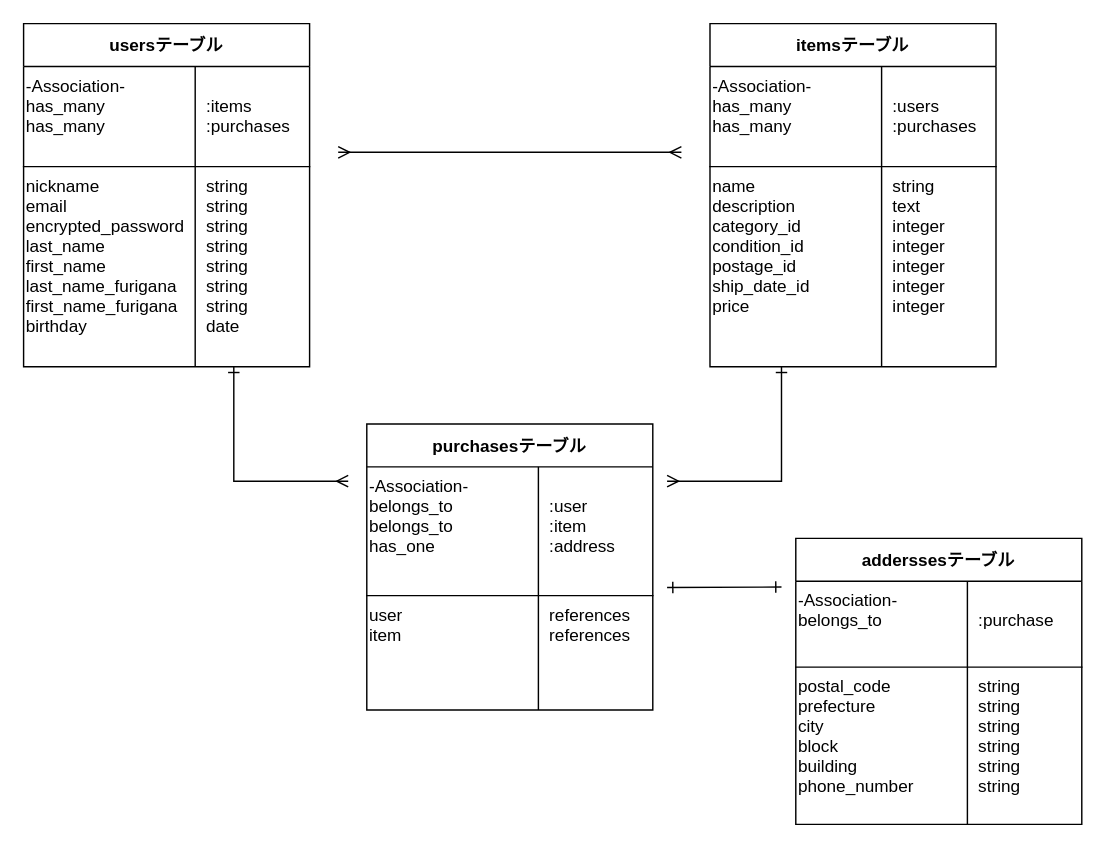
ksk-o/furima-28136 keeps this draw.io diagram as er.dio. Above is the earlier version. Source tidied: cells renumbered, new cells numbered last; positions are measured from the earlier drawing's top-left corner, leaving out a move shared by most shapes. Both pictures are drawn from the tidied source at 143%, with x=0, y=0 at pixel (23, 23).
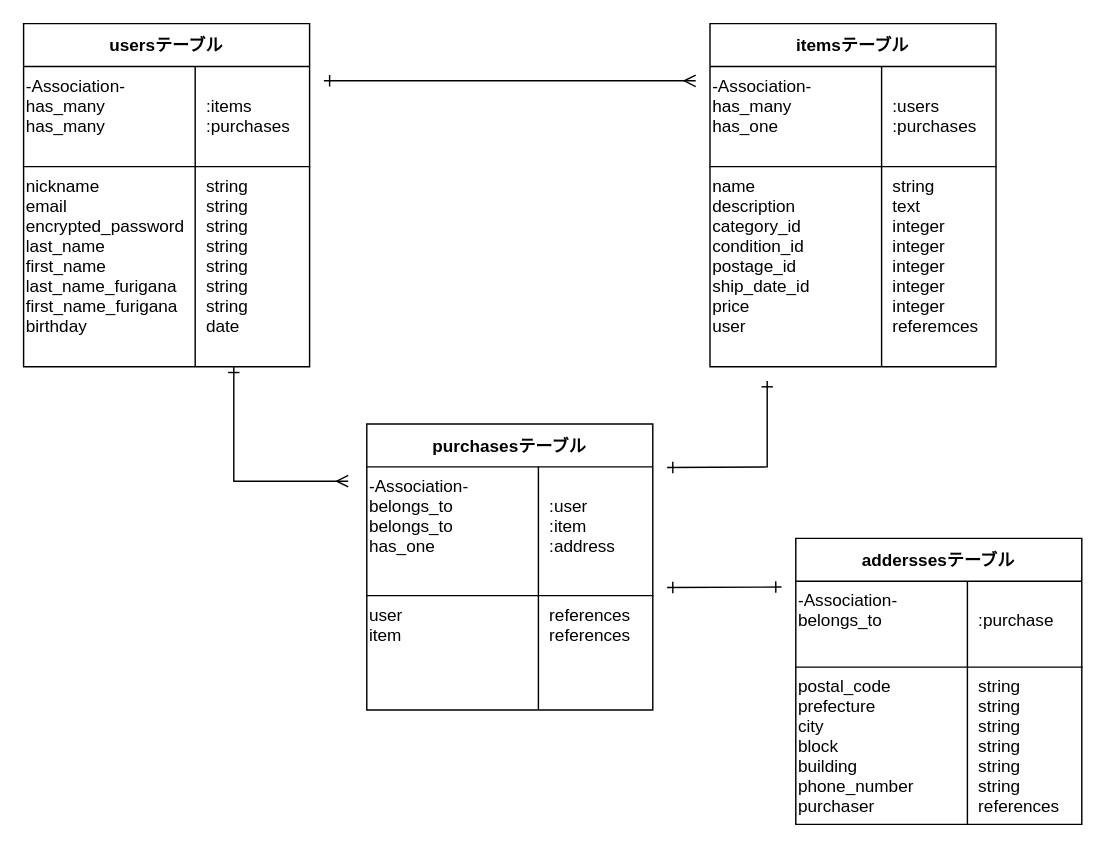
After the change.

Commit message (it also covers changes not shown here):
テーブル設計

Unchanged cells that the change refers to:
```xml
<mxCell id="12" style="shape=partialRectangle;fillColor=none;top=0;left=0;bottom=1;right=0;" parent="11" vertex="1">
  <mxGeometry y="30" width="200" height="70" as="geometry" />
</mxCell>
<mxCell id="15" style="shape=partialRectangle;fillColor=none;top=0;left=0;bottom=0;right=0;" parent="11" vertex="1">
  <mxGeometry y="100" width="200" height="140" as="geometry" />
</mxCell>
<mxCell id="31" style="shape=partialRectangle;fillColor=none;top=0;left=0;bottom=0;right=0;" parent="27" vertex="1">
  <mxGeometry y="90" width="200" height="110" as="geometry" />
</mxCell>
```

What changed in the source:
```diff
@@
-    <mxCell id="13" value="-Association-&#10;has_many&#10;has_many" style="shape=partialRectangle;fillColor=none;top=0;left=0;bottom=0;right=0;fontStyle=0;overflow=hidden;verticalAlign=top;align=left;" parent="12" vertex="1">
+    <mxCell id="13" value="-Association-&#10;has_many&#10;has_one" style="shape=partialRectangle;fillColor=none;top=0;left=0;bottom=0;right=0;fontStyle=0;overflow=hidden;verticalAlign=top;align=left;" parent="12" vertex="1">
       <mxGeometry width="120" height="70" as="geometry" />
     </mxCell>
@@
-    <mxCell id="16" value="name&#10;description&#10;category_id&#10;condition_id&#10;postage_id&#10;ship_date_id&#10;price&#10;" style="shape=partialRectangle;fillColor=none;top=0;left=0;bottom=0;right=0;overflow=hidden;align=left;verticalAlign=top;" parent="15" vertex="1">
+    <mxCell id="16" value="name&#10;description&#10;category_id&#10;condition_id&#10;postage_id&#10;ship_date_id&#10;price&#10;user" style="shape=partialRectangle;fillColor=none;top=0;left=0;bottom=0;right=0;overflow=hidden;align=left;verticalAlign=top;" parent="15" vertex="1">
       <mxGeometry width="120" height="140" as="geometry" />
     </mxCell>
-    <mxCell id="17" value="string&#10;text&#10;integer&#10;integer&#10;integer&#10;integer&#10;integer&#10;" style="shape=partialRectangle;fillColor=none;top=0;left=0;bottom=0;right=0;align=left;spacingLeft=6;overflow=hidden;verticalAlign=top;" parent="15" vertex="1">
+    <mxCell id="17" value="string&#10;text&#10;integer&#10;integer&#10;integer&#10;integer&#10;integer&#10;referemces" style="shape=partialRectangle;fillColor=none;top=0;left=0;bottom=0;right=0;align=left;spacingLeft=6;overflow=hidden;verticalAlign=top;" parent="15" vertex="1">
       <mxGeometry x="120" width="80" height="140" as="geometry" />
     </mxCell>
@@
-    <mxCell id="25" style="edgeStyle=entityRelationEdgeStyle;fontSize=12;html=1;endArrow=ERmany;startArrow=ERmany;" parent="1" edge="1">
-      <mxGeometry relative="1" as="geometry">
-        <mxPoint x="220" y="90" as="sourcePoint" />
-        <mxPoint x="460" y="90" as="targetPoint" />
-      </mxGeometry>
-    </mxCell>
-    <mxCell id="26" style="endArrow=ERmany;html=1;rounded=0;startArrow=ERone;startFill=0;endFill=0;" parent="1" edge="1">
-      <mxGeometry relative="1" as="geometry">
-        <mxPoint x="530" y="240" as="sourcePoint" />
-        <mxPoint x="450" y="320" as="targetPoint" />
-        <Array as="points">
-          <mxPoint x="530" y="320" />
-        </Array>
-      </mxGeometry>
-    </mxCell>
@@
-    <mxCell id="32" value="postal_code&#10;prefecture&#10;city&#10;block&#10;building&#10;phone_number&#10;" style="shape=partialRectangle;fillColor=none;top=0;left=0;bottom=0;right=0;overflow=hidden;align=left;verticalAlign=top;" parent="31" vertex="1">
+    <mxCell id="32" value="postal_code&#10;prefecture&#10;city&#10;block&#10;building&#10;phone_number&#10;purchaser" style="shape=partialRectangle;fillColor=none;top=0;left=0;bottom=0;right=0;overflow=hidden;align=left;verticalAlign=top;" parent="31" vertex="1">
       <mxGeometry width="120" height="110" as="geometry" />
     </mxCell>
-    <mxCell id="33" value="string&#10;string&#10;string&#10;string&#10;string&#10;string&#10;" style="shape=partialRectangle;fillColor=none;top=0;left=0;bottom=0;right=0;align=left;spacingLeft=6;overflow=hidden;verticalAlign=top;" parent="31" vertex="1">
+    <mxCell id="33" value="string&#10;string&#10;string&#10;string&#10;string&#10;string&#10;references" style="shape=partialRectangle;fillColor=none;top=0;left=0;bottom=0;right=0;align=left;spacingLeft=6;overflow=hidden;verticalAlign=top;" parent="31" vertex="1">
       <mxGeometry x="120" width="80" height="110" as="geometry" />
     </mxCell>
+    <mxCell id="34" style="endArrow=ERone;html=1;rounded=0;startArrow=ERone;startFill=0;endFill=0;" parent="1" edge="1">
+      <mxGeometry relative="1" as="geometry">
+        <mxPoint x="450" y="310.4" as="sourcePoint" />
+        <mxPoint x="520" y="250" as="targetPoint" />
+        <Array as="points">
+          <mxPoint x="520" y="310" />
+        </Array>
+      </mxGeometry>
+    </mxCell>
+    <mxCell id="35" style="endArrow=ERmany;html=1;rounded=0;startArrow=ERone;startFill=0;endFill=0;" parent="1" edge="1">
+      <mxGeometry relative="1" as="geometry">
+        <mxPoint x="210" y="40" as="sourcePoint" />
+        <mxPoint x="470" y="40" as="targetPoint" />
+      </mxGeometry>
+    </mxCell>
```
